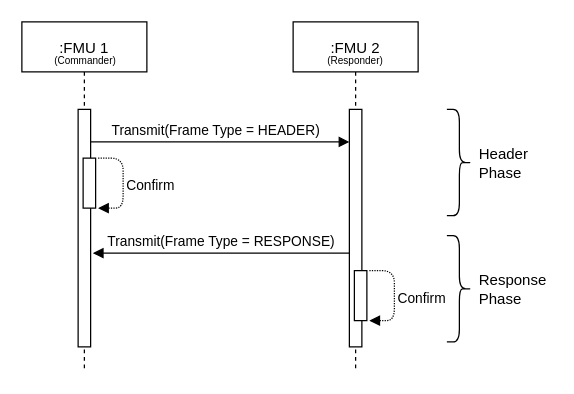
Earlier version of the draw.io diagram docs/images/lin_direct_confirmation.drawio (modelica/fmi-ls-bus). Source tidied: cells renumbered, new cells numbered last; positions are measured from the earlier drawing's top-left corner, leaving out a move shared by most shapes. Both pictures are drawn from the tidied source at 125%, with x=0, y=0 at pixel (21, 21).
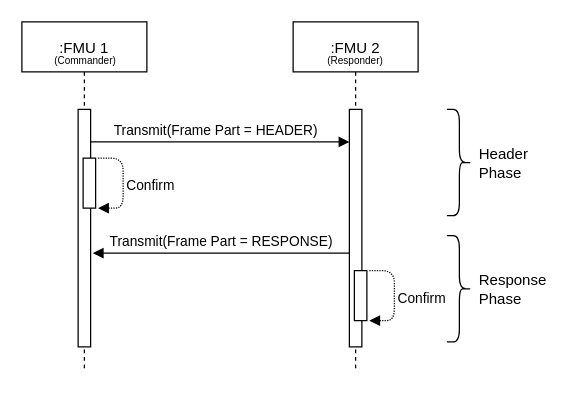
The same diagram, later.

Commit message (it also covers changes not shown here):
Replace "Frame Type" with "Frame Part" to avoid confusion with the LIN standard itself.

The edit, as a diff of the source:
```diff
@@
-    <mxCell id="2" value="Transmit(Frame Type = HEADER)" style="verticalAlign=bottom;endArrow=block;entryX=0;entryY=0;shadow=0;strokeWidth=1;" parent="1" edge="1">
+    <mxCell id="2" value="Transmit(Frame Part = HEADER)" style="verticalAlign=bottom;endArrow=block;entryX=0;entryY=0;shadow=0;strokeWidth=1;" parent="1" edge="1">
       <mxGeometry relative="1" as="geometry">
         <mxPoint x="49.5" y="96" as="sourcePoint" />
         <mxPoint x="262" y="96" as="targetPoint" />
       </mxGeometry>
     </mxCell>
@@
-    <mxCell id="8" value="Transmit(Frame Type = RESPONSE)" style="verticalAlign=bottom;endArrow=none;entryX=0;entryY=0;shadow=0;strokeWidth=1;startArrow=block;startFill=1;exitX=1.177;exitY=0.589;exitDx=0;exitDy=0;exitPerimeter=0;endFill=0;" parent="1" edge="1">
+    <mxCell id="8" value="Transmit(Frame Part = RESPONSE)" style="verticalAlign=bottom;endArrow=none;entryX=0;entryY=0;shadow=0;strokeWidth=1;startArrow=block;startFill=1;exitX=1.177;exitY=0.589;exitDx=0;exitDy=0;exitPerimeter=0;endFill=0;" parent="1" edge="1">
       <mxGeometry relative="1" as="geometry">
         <mxPoint x="56.8" y="185" as="sourcePoint" />
         <mxPoint x="262" y="185" as="targetPoint" />
       </mxGeometry>
     </mxCell>
```
